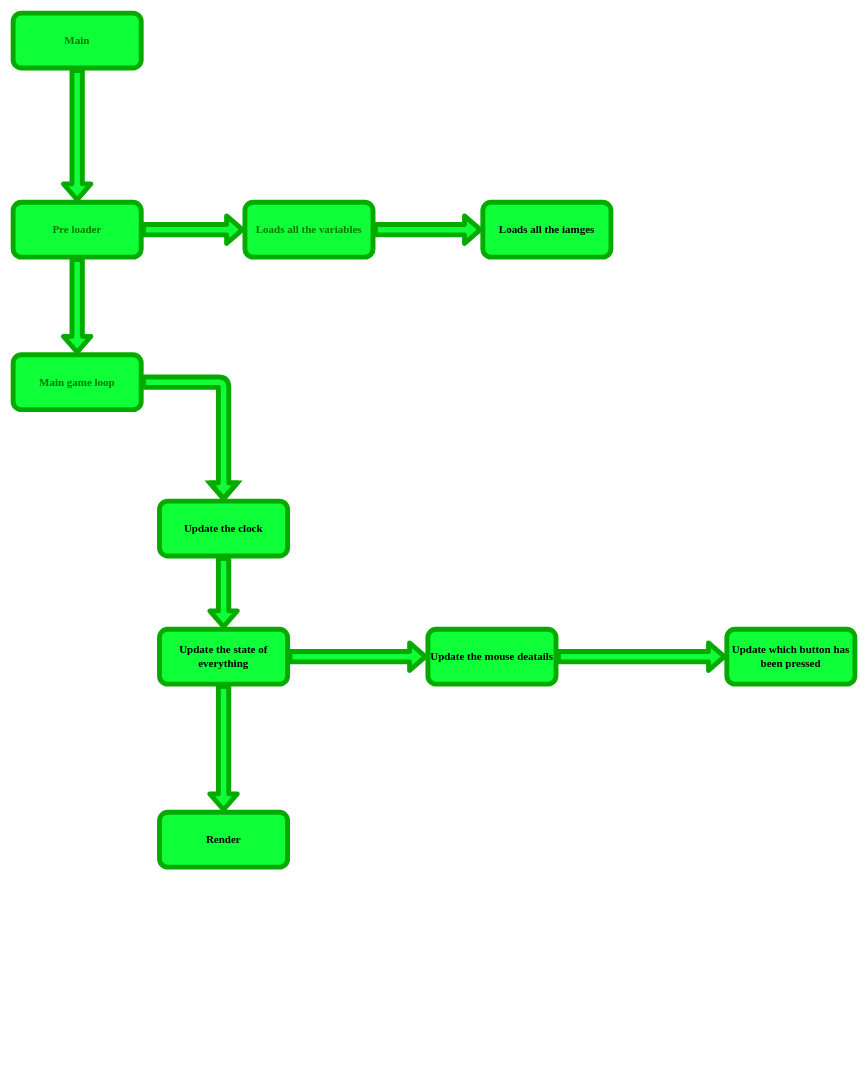
This is plan.drawio from nicknobody135/AI_number_detector, a draw.io file, before an edit. Source tidied: cells renumbered, new cells numbered last; positions are measured from the earlier drawing's top-left corner, leaving out a move shared by most shapes. Both pictures are drawn from the tidied source at 61%, with x=0, y=0 at pixel (13, 13).
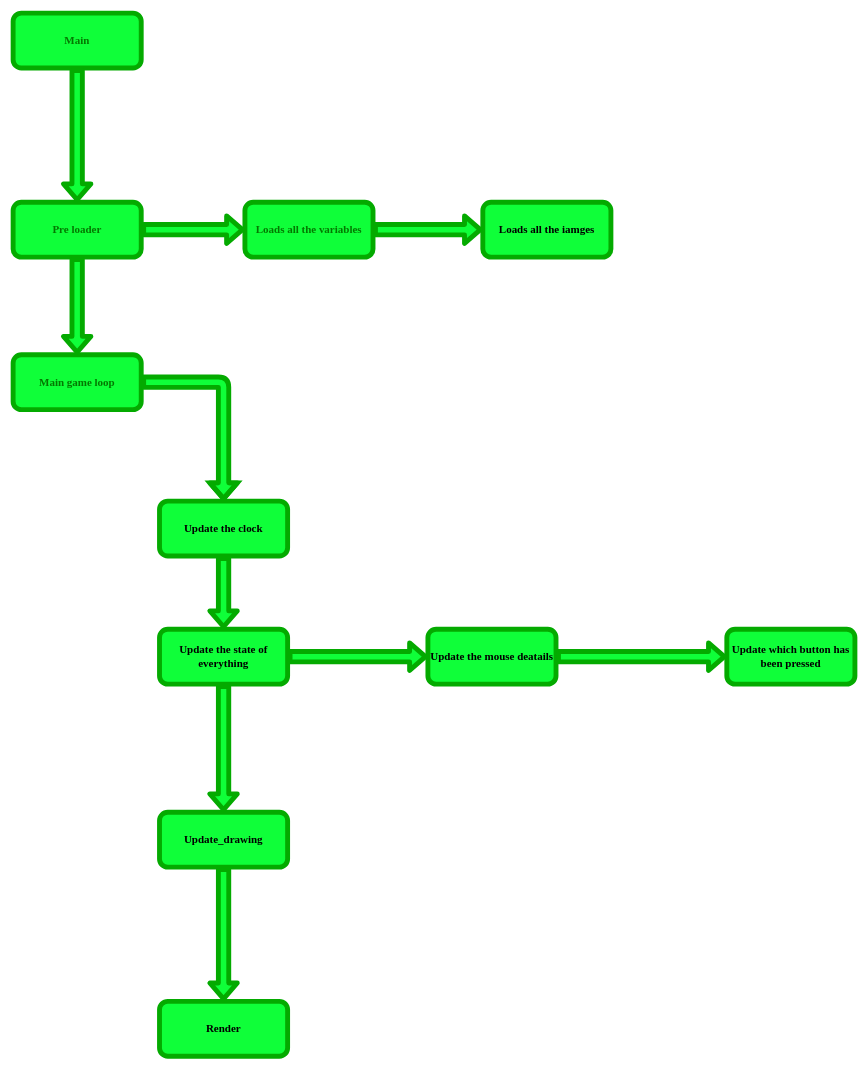
The same diagram, later.

Diff of the diagram source:
```diff
@@
-    <mxCell id="17" value="&lt;font face=&quot;Times New Roman&quot;&gt;&lt;span style=&quot;font-size: 18px;&quot;&gt;&lt;b&gt;Render&lt;/b&gt;&lt;/span&gt;&lt;/font&gt;" style="rounded=1;whiteSpace=wrap;html=1;strokeWidth=8;strokeColor=#04AA00;fillColor=#0FFF39;" parent="1" vertex="1">
+    <mxCell id="17" value="&lt;font face=&quot;Times New Roman&quot;&gt;&lt;span style=&quot;font-size: 18px;&quot;&gt;&lt;b&gt;Update_drawing&lt;/b&gt;&lt;/span&gt;&lt;/font&gt;" style="rounded=1;whiteSpace=wrap;html=1;strokeWidth=8;strokeColor=#04AA00;fillColor=#0FFF39;" parent="1" vertex="1">
       <mxGeometry x="240" y="1310" width="210" height="90" as="geometry" />
     </mxCell>
@@
+    <mxCell id="21" value="&lt;font face=&quot;Times New Roman&quot;&gt;&lt;span style=&quot;font-size: 18px;&quot;&gt;&lt;b&gt;Render&lt;/b&gt;&lt;/span&gt;&lt;/font&gt;" style="rounded=1;whiteSpace=wrap;html=1;strokeWidth=8;strokeColor=#04AA00;fillColor=#0FFF39;" parent="1" vertex="1">
+      <mxGeometry x="240" y="1620" width="210" height="90" as="geometry" />
+    </mxCell>
+    <mxCell id="22" style="shape=flexArrow;endArrow=classic;html=1;rounded=1;strokeColor=#04AA00;strokeWidth=8;align=center;verticalAlign=middle;fontFamily=Helvetica;fontSize=12;fontColor=default;fillColor=#0FFF39;exitX=0.5;exitY=1;exitDx=0;exitDy=0;entryX=0.5;entryY=0;entryDx=0;entryDy=0;" parent="1" edge="1" source="17" target="21">
+      <mxGeometry relative="1" as="geometry" />
+    </mxCell>
```
